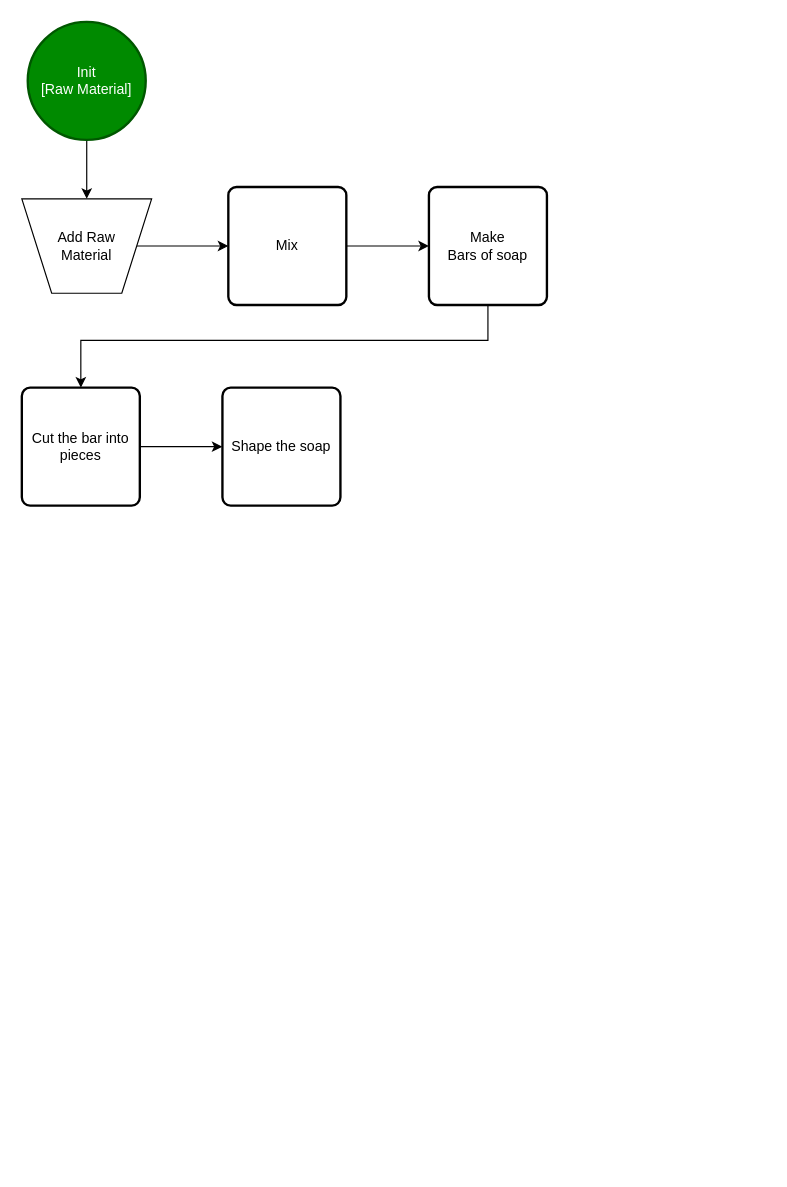
The draw.io diagram page "General_Process" (1 of 3) of Soap_Factory.drawio in hrosan/Teste, before the edit. Source tidied: cells renumbered, new cells numbered last; positions are measured from the earlier drawing's top-left corner, leaving out a move shared by most shapes. Both pictures are drawn from the tidied source at 118%, with x=0, y=0 at pixel (21, 21).
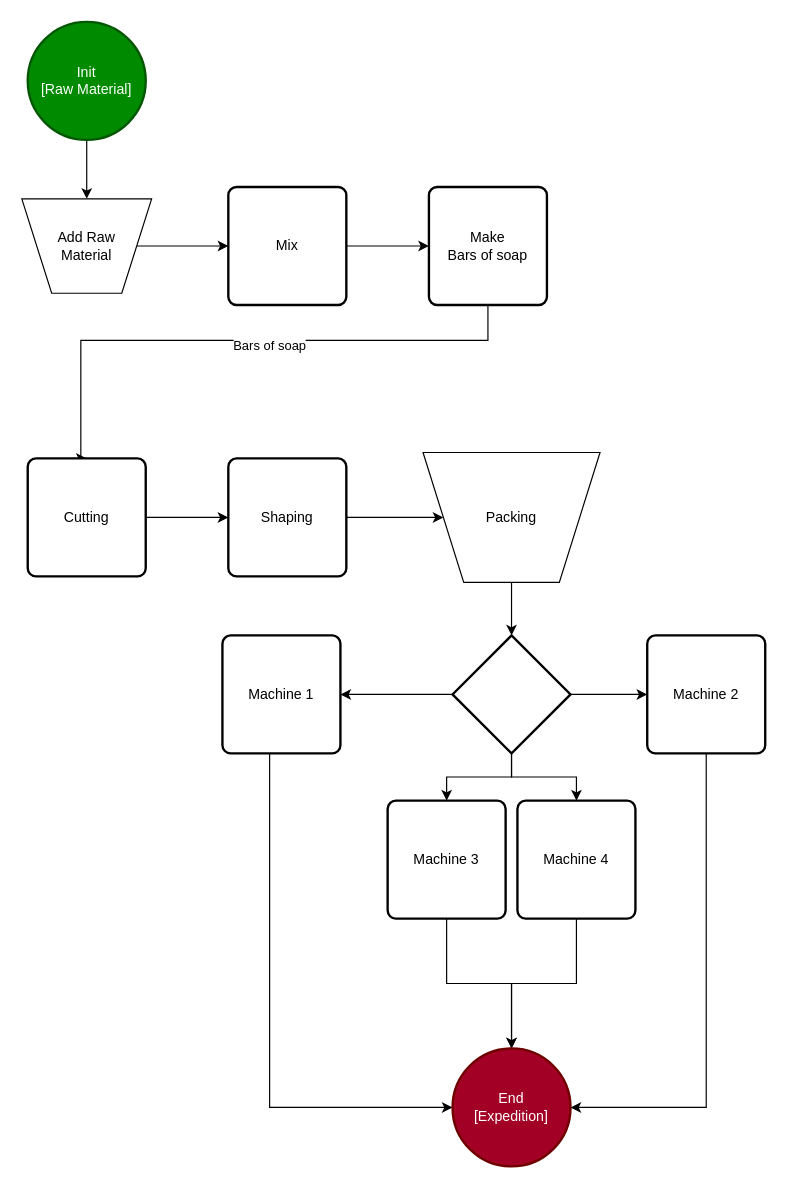
The same diagram, later.

Commit message:
Ended the general process diagram

Unchanged cells that the change refers to:
```xml
<mxCell id="8" style="edgeStyle=orthogonalEdgeStyle;rounded=0;jettySize=auto;html=1;entryX=0.5;entryY=0;entryDx=0;entryDy=0;" parent="1" edge="1" source="9" target="11">
  <mxGeometry relative="1" as="geometry">
    <Array as="points">
      <mxPoint x="395" y="270" />
      <mxPoint x="50" y="270" />
    </Array>
  </mxGeometry>
</mxCell>
```

Diff of the diagram source:
```diff
@@
+    <mxCell id="13" value="Bars of soap" style="edgeLabel;html=1;align=center;verticalAlign=middle;" parent="8" vertex="1">
+      <mxGeometry x="-0.1" y="4" relative="1" as="geometry" />
+    </mxCell>
@@
-    <mxCell id="11" value="Cut the bar into pieces" style="rounded=1;whiteSpace=wrap;html=1;absoluteArcSize=1;arcSize=14;strokeWidth=2;" parent="1" vertex="1">
-      <mxGeometry y="310" width="100" height="100" as="geometry" />
+    <mxCell id="11" value="Cutting" style="rounded=1;whiteSpace=wrap;html=1;absoluteArcSize=1;arcSize=14;strokeWidth=2;" parent="1" vertex="1">
+      <mxGeometry x="5" y="370" width="100" height="100" as="geometry" />
     </mxCell>
+    <mxCell id="14" style="edgeStyle=orthogonalEdgeStyle;rounded=0;jettySize=auto;html=1;" parent="1" edge="1" source="12" target="16">
+      <mxGeometry relative="1" as="geometry" />
+    </mxCell>
-    <mxCell id="12" value="Shape the soap" style="rounded=1;whiteSpace=wrap;html=1;absoluteArcSize=1;arcSize=14;strokeWidth=2;" parent="1" vertex="1">
-      <mxGeometry x="170" y="310" width="100" height="100" as="geometry" />
+    <mxCell id="12" value="Shaping" style="rounded=1;whiteSpace=wrap;html=1;absoluteArcSize=1;arcSize=14;strokeWidth=2;" parent="1" vertex="1">
+      <mxGeometry x="175" y="370" width="100" height="100" as="geometry" />
     </mxCell>
+    <mxCell id="15" style="edgeStyle=orthogonalEdgeStyle;rounded=0;jettySize=auto;html=1;entryX=0.5;entryY=0;entryDx=0;entryDy=0;entryPerimeter=0;" parent="1" edge="1" source="16" target="21">
+      <mxGeometry relative="1" as="geometry" />
+    </mxCell>
+    <mxCell id="16" value="Packing" style="verticalLabelPosition=middle;verticalAlign=middle;html=1;shape=trapezoid;perimeter=trapezoidPerimeter;whiteSpace=wrap;size=0.23;arcSize=10;flipV=1;labelPosition=center;align=center;" parent="1" vertex="1">
+      <mxGeometry x="340" y="365" width="150" height="110" as="geometry" />
+    </mxCell>
+    <mxCell id="17" style="edgeStyle=orthogonalEdgeStyle;rounded=0;jettySize=auto;html=1;entryX=1;entryY=0.5;entryDx=0;entryDy=0;" parent="1" edge="1" source="21" target="23">
+      <mxGeometry relative="1" as="geometry" />
+    </mxCell>
+    <mxCell id="18" style="edgeStyle=orthogonalEdgeStyle;rounded=0;jettySize=auto;html=1;entryX=0;entryY=0.5;entryDx=0;entryDy=0;" parent="1" edge="1" source="21" target="27">
+      <mxGeometry relative="1" as="geometry" />
+    </mxCell>
+    <mxCell id="19" style="edgeStyle=orthogonalEdgeStyle;rounded=0;jettySize=auto;html=1;entryX=0.5;entryY=0;entryDx=0;entryDy=0;" parent="1" edge="1" source="21" target="25">
+      <mxGeometry relative="1" as="geometry" />
+    </mxCell>
+    <mxCell id="20" style="edgeStyle=orthogonalEdgeStyle;rounded=0;jettySize=auto;html=1;entryX=0.5;entryY=0;entryDx=0;entryDy=0;" parent="1" edge="1" source="21" target="29">
+      <mxGeometry relative="1" as="geometry" />
+    </mxCell>
+    <mxCell id="21" style="strokeWidth=2;html=1;shape=mxgraph.flowchart.decision;whiteSpace=wrap;" parent="1" vertex="1">
+      <mxGeometry x="365" y="520" width="100" height="100" as="geometry" />
+    </mxCell>
+    <mxCell id="22" style="edgeStyle=orthogonalEdgeStyle;rounded=0;jettySize=auto;html=1;entryX=0;entryY=0.5;entryDx=0;entryDy=0;entryPerimeter=0;" parent="1" edge="1" source="23" target="30">
+      <mxGeometry relative="1" as="geometry">
+        <Array as="points">
+          <mxPoint x="210" y="920" />
+        </Array>
+      </mxGeometry>
+    </mxCell>
+    <mxCell id="23" value="Machine 1" style="rounded=1;whiteSpace=wrap;html=1;absoluteArcSize=1;arcSize=14;strokeWidth=2;" parent="1" vertex="1">
+      <mxGeometry x="170" y="520" width="100" height="100" as="geometry" />
+    </mxCell>
+    <mxCell id="24" style="edgeStyle=orthogonalEdgeStyle;rounded=0;jettySize=auto;html=1;entryX=0.5;entryY=0;entryDx=0;entryDy=0;entryPerimeter=0;" parent="1" edge="1" source="25" target="30">
+      <mxGeometry relative="1" as="geometry" />
+    </mxCell>
+    <mxCell id="25" value="Machine 3" style="rounded=1;whiteSpace=wrap;html=1;absoluteArcSize=1;arcSize=14;strokeWidth=2;" parent="1" vertex="1">
+      <mxGeometry x="310" y="660" width="100" height="100" as="geometry" />
+    </mxCell>
+    <mxCell id="26" style="edgeStyle=orthogonalEdgeStyle;rounded=0;jettySize=auto;html=1;entryX=1;entryY=0.5;entryDx=0;entryDy=0;entryPerimeter=0;" parent="1" edge="1" source="27" target="30">
+      <mxGeometry relative="1" as="geometry">
+        <Array as="points">
+          <mxPoint x="580" y="920" />
+        </Array>
+      </mxGeometry>
+    </mxCell>
+    <mxCell id="27" value="Machine 2" style="rounded=1;whiteSpace=wrap;html=1;absoluteArcSize=1;arcSize=14;strokeWidth=2;" parent="1" vertex="1">
+      <mxGeometry x="530" y="520" width="100" height="100" as="geometry" />
+    </mxCell>
+    <mxCell id="28" style="edgeStyle=orthogonalEdgeStyle;rounded=0;jettySize=auto;html=1;entryX=0.5;entryY=0;entryDx=0;entryDy=0;entryPerimeter=0;" parent="1" edge="1" source="29" target="30">
+      <mxGeometry relative="1" as="geometry" />
+    </mxCell>
+    <mxCell id="29" value="Machine 4" style="rounded=1;whiteSpace=wrap;html=1;absoluteArcSize=1;arcSize=14;strokeWidth=2;" parent="1" vertex="1">
+      <mxGeometry x="420" y="660" width="100" height="100" as="geometry" />
+    </mxCell>
+    <mxCell id="30" value="End&lt;br&gt;[Expedition]" style="strokeWidth=2;html=1;shape=mxgraph.flowchart.start_2;whiteSpace=wrap;fillColor=#a20025;fontColor=#ffffff;strokeColor=#6F0000;" parent="1" vertex="1">
+      <mxGeometry x="365" y="870" width="100" height="100" as="geometry" />
+    </mxCell>
```
